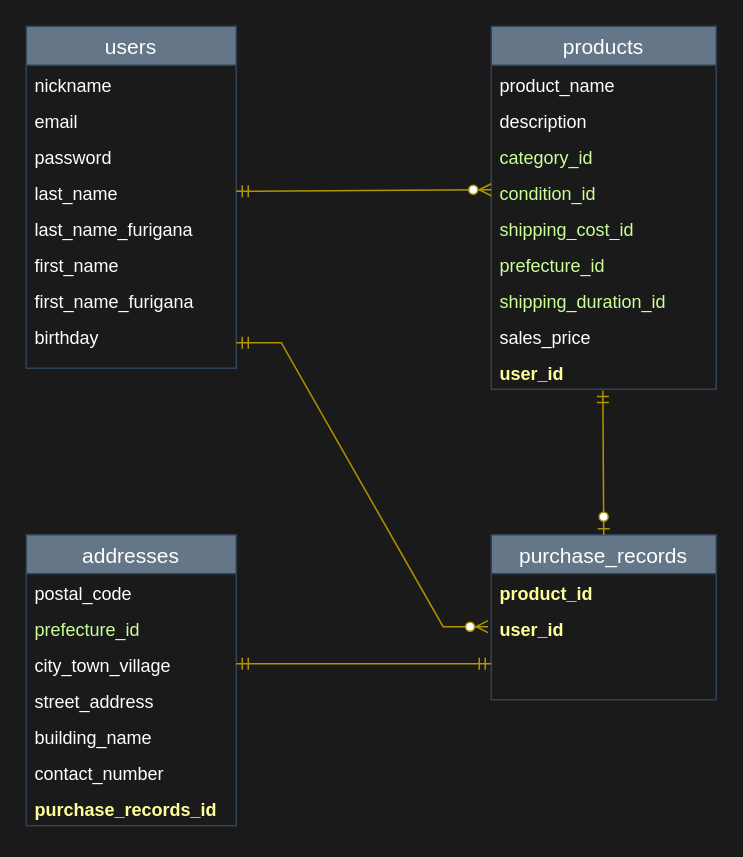
YuyaTokutake1223/furima-17217 keeps this draw.io diagram as FURIMA-17217.dio. Above is the earlier version. Source tidied: cells renumbered, new cells numbered last; positions are measured from the earlier drawing's top-left corner, leaving out a move shared by most shapes. Both pictures are drawn from the tidied source at 150%, with x=0, y=0 at pixel (26, 26).
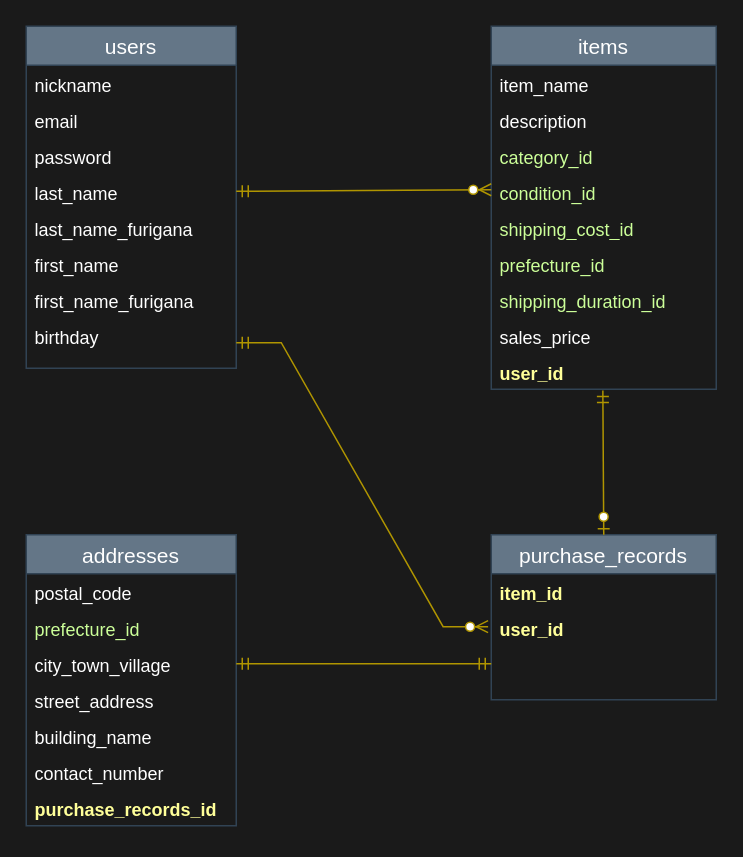
After the change.

Commit message (it also covers changes not shown here):
productsモデルをitemsモデルに変更

配布されているviewファイルが想定しているモデル名がitemsであると判断したため，モデル名をproductsからitemsに変更した。
それに伴いカラム名も変更した。
なお，当該モデルに関連する作業はまだ行っていないため，特に問題ないと判断している。

Unchanged cells that the change refers to:
```xml
<mxCell id="29" value="purchase_records" style="swimlane;fontStyle=0;horizontal=1;startSize=26;align=center;fontSize=14;fontColor=#ffffff;labelBackgroundColor=none;fillColor=#647687;strokeColor=#314354;" parent="1" vertex="1">
  <mxGeometry x="310" y="339" width="150" height="110" as="geometry" />
</mxCell>
```

Diff of the diagram source:
```diff
@@
-    <mxCell id="11" value="products" style="swimlane;fontStyle=0;horizontal=1;startSize=26;align=center;fontSize=14;labelBackgroundColor=none;fontColor=#ffffff;fillColor=#647687;strokeColor=#314354;" parent="1" vertex="1">
+    <mxCell id="11" value="items" style="swimlane;fontStyle=0;horizontal=1;startSize=26;align=center;fontSize=14;labelBackgroundColor=none;fontColor=#ffffff;fillColor=#647687;strokeColor=#314354;" parent="1" vertex="1">
       <mxGeometry x="310" width="150" height="242" as="geometry" />
     </mxCell>
-    <mxCell id="12" value="product_name" style="text;strokeColor=none;fillColor=none;spacingLeft=4;spacingRight=4;overflow=hidden;fontSize=12;fontColor=#FFFFFF;" parent="11" vertex="1">
+    <mxCell id="12" value="item_name" style="text;strokeColor=none;fillColor=none;spacingLeft=4;spacingRight=4;overflow=hidden;fontSize=12;fontColor=#FFFFFF;" parent="11" vertex="1">
       <mxGeometry y="26" width="150" height="24" as="geometry" />
     </mxCell>
@@
-    <mxCell id="30" value="product_id" style="text;strokeColor=none;fillColor=none;spacingLeft=4;spacingRight=4;overflow=hidden;fontSize=12;fontStyle=1;fontColor=#FFFF99;" parent="29" vertex="1">
+    <mxCell id="30" value="item_id" style="text;strokeColor=none;fillColor=none;spacingLeft=4;spacingRight=4;overflow=hidden;fontSize=12;fontStyle=1;fontColor=#FFFF99;" parent="29" vertex="1">
       <mxGeometry y="26" width="150" height="24" as="geometry" />
     </mxCell>
```
